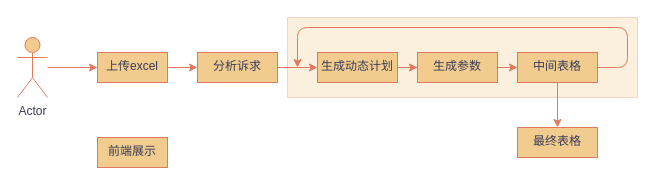
Above: 流程图.drawio in caojun1997/darwin.v (draw.io), before the change. Source tidied: cells renumbered, new cells numbered last; positions are measured from the earlier drawing's top-left corner, leaving out a move shared by most shapes. Both pictures are drawn from the tidied source at 100%, with x=0, y=0 at pixel (17, 17).
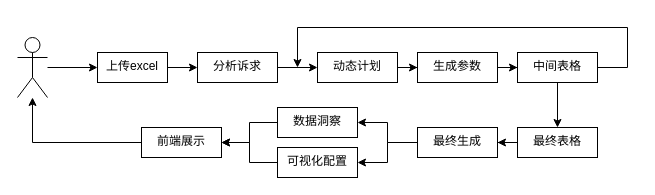
Above is the later version.

Commit message:
更新流程图.drawio

The edit, as a diff of the source:
```diff
@@
-    <mxCell id="2" style="edgeStyle=orthogonalEdgeStyle;rounded=0;jettySize=auto;html=1;labelBackgroundColor=none;fontColor=default;strokeColor=#E07A5F;" parent="1" edge="1" source="3" target="6">
+    <mxCell id="2" style="edgeStyle=orthogonalEdgeStyle;rounded=0;jettySize=auto;html=1;labelBackgroundColor=none;fontColor=default;" parent="1" edge="1" source="3" target="6">
       <mxGeometry relative="1" as="geometry" />
     </mxCell>
-    <mxCell id="3" value="Actor" style="shape=umlActor;verticalLabelPosition=bottom;verticalAlign=top;html=1;outlineConnect=0;labelBackgroundColor=none;fillColor=#F2CC8F;strokeColor=#E07A5F;fontColor=#393C56;" parent="1" vertex="1">
+    <mxCell id="3" style="shape=umlActor;verticalLabelPosition=bottom;verticalAlign=top;html=1;outlineConnect=0;labelBackgroundColor=none;" parent="1" vertex="1">
       <mxGeometry y="20" width="30" height="60" as="geometry" />
     </mxCell>
-    <mxCell id="4" style="rounded=0;whiteSpace=wrap;html=1;labelBackgroundColor=none;opacity=30;horizontal=1;fillColor=#F2CC8F;strokeColor=#E07A5F;fontColor=#393C56;" parent="1" vertex="1">
-      <mxGeometry x="270" width="350" height="80" as="geometry" />
-    </mxCell>
-    <mxCell id="5" style="edgeStyle=orthogonalEdgeStyle;rounded=0;jettySize=auto;html=1;labelBackgroundColor=none;fontColor=default;strokeColor=#E07A5F;" parent="1" edge="1" source="6" target="8">
+    <mxCell id="5" style="edgeStyle=orthogonalEdgeStyle;rounded=0;jettySize=auto;html=1;labelBackgroundColor=none;fontColor=default;" parent="1" edge="1" source="6" target="8">
       <mxGeometry relative="1" as="geometry" />
     </mxCell>
-    <mxCell id="6" value="上传excel" style="whiteSpace=wrap;html=1;verticalAlign=top;labelBackgroundColor=none;fillColor=#F2CC8F;strokeColor=#E07A5F;fontColor=#393C56;" parent="1" vertex="1">
+    <mxCell id="6" value="上传excel" style="whiteSpace=wrap;html=1;verticalAlign=top;labelBackgroundColor=none;" parent="1" vertex="1">
       <mxGeometry x="80" y="35" width="70" height="30" as="geometry" />
     </mxCell>
-    <mxCell id="7" style="edgeStyle=orthogonalEdgeStyle;rounded=0;jettySize=auto;html=1;entryX=0;entryY=0.5;entryDx=0;entryDy=0;labelBackgroundColor=none;fontColor=default;strokeColor=#E07A5F;" parent="1" edge="1" source="8" target="10">
+    <mxCell id="7" style="edgeStyle=orthogonalEdgeStyle;rounded=0;jettySize=auto;html=1;entryX=0;entryY=0.5;entryDx=0;entryDy=0;labelBackgroundColor=none;fontColor=default;" parent="1" edge="1" source="8" target="10">
       <mxGeometry relative="1" as="geometry" />
     </mxCell>
-    <mxCell id="8" value="分析诉求" style="whiteSpace=wrap;html=1;verticalAlign=top;labelBackgroundColor=none;fillColor=#F2CC8F;strokeColor=#E07A5F;fontColor=#393C56;" parent="1" vertex="1">
+    <mxCell id="8" value="分析诉求" style="whiteSpace=wrap;html=1;verticalAlign=top;labelBackgroundColor=none;" parent="1" vertex="1">
       <mxGeometry x="180" y="35" width="80" height="30" as="geometry" />
     </mxCell>
-    <mxCell id="9" style="edgeStyle=orthogonalEdgeStyle;rounded=0;jettySize=auto;html=1;entryX=0;entryY=0.5;entryDx=0;entryDy=0;labelBackgroundColor=none;fontColor=default;strokeColor=#E07A5F;" parent="1" edge="1" source="10" target="12">
+    <mxCell id="9" style="edgeStyle=orthogonalEdgeStyle;rounded=0;jettySize=auto;html=1;entryX=0;entryY=0.5;entryDx=0;entryDy=0;labelBackgroundColor=none;fontColor=default;" parent="1" edge="1" source="10" target="12">
       <mxGeometry relative="1" as="geometry" />
     </mxCell>
-    <mxCell id="10" value="生成动态计划" style="whiteSpace=wrap;html=1;verticalAlign=top;labelBackgroundColor=none;fillColor=#F2CC8F;strokeColor=#E07A5F;fontColor=#393C56;" parent="1" vertex="1">
+    <mxCell id="10" value="动态计划" style="whiteSpace=wrap;html=1;verticalAlign=top;labelBackgroundColor=none;" parent="1" vertex="1">
       <mxGeometry x="300" y="35" width="80" height="30" as="geometry" />
     </mxCell>
-    <mxCell id="11" style="edgeStyle=orthogonalEdgeStyle;rounded=0;jettySize=auto;html=1;strokeColor=#E07A5F;fontColor=#393C56;fillColor=#F2CC8F;" parent="1" edge="1" source="12" target="17">
+    <mxCell id="11" style="edgeStyle=orthogonalEdgeStyle;rounded=0;jettySize=auto;html=1;fontColor=default;labelBackgroundColor=none;" parent="1" edge="1" source="12" target="17">
       <mxGeometry relative="1" as="geometry" />
     </mxCell>
-    <mxCell id="12" value="生成参数" style="whiteSpace=wrap;html=1;verticalAlign=top;labelBackgroundColor=none;fillColor=#F2CC8F;strokeColor=#E07A5F;fontColor=#393C56;" parent="1" vertex="1">
+    <mxCell id="12" value="生成参数" style="whiteSpace=wrap;html=1;verticalAlign=top;labelBackgroundColor=none;" parent="1" vertex="1">
       <mxGeometry x="400" y="35" width="80" height="30" as="geometry" />
     </mxCell>
-    <mxCell id="13" style="curved=0;endArrow=classic;html=1;rounded=1;labelBackgroundColor=none;fontColor=default;strokeColor=#E07A5F;exitX=1;exitY=0.5;exitDx=0;exitDy=0;" parent="1" edge="1" source="17">
+    <mxCell id="13" style="curved=0;endArrow=classic;html=1;rounded=0;labelBackgroundColor=none;fontColor=default;exitX=1;exitY=0.5;exitDx=0;exitDy=0;" parent="1" edge="1" source="17">
       <mxGeometry relative="1" as="geometry">
         <mxPoint x="280" y="50" as="targetPoint" />
         <Array as="points">
           <mxPoint x="610" y="50" />
           <mxPoint x="610" y="10" />
           <mxPoint x="280" y="10" />
         </Array>
       </mxGeometry>
     </mxCell>
+    <mxCell id="18" style="edgeStyle=orthogonalEdgeStyle;rounded=0;jettySize=auto;html=1;fontColor=default;labelBackgroundColor=none;" parent="1" edge="1" source="14" target="3">
+      <mxGeometry relative="1" as="geometry" />
+    </mxCell>
-    <mxCell id="14" value="前端展示" style="whiteSpace=wrap;html=1;verticalAlign=top;labelBackgroundColor=none;fillColor=#F2CC8F;strokeColor=#E07A5F;fontColor=#393C56;" parent="1" vertex="1">
-      <mxGeometry x="80" y="120" width="70" height="30" as="geometry" />
+    <mxCell id="14" value="前端展示" style="whiteSpace=wrap;html=1;verticalAlign=top;labelBackgroundColor=none;" parent="1" vertex="1">
+      <mxGeometry x="124" y="110" width="80" height="30" as="geometry" />
     </mxCell>
+    <mxCell id="19" style="edgeStyle=orthogonalEdgeStyle;rounded=0;jettySize=auto;html=1;entryX=1;entryY=0.5;entryDx=0;entryDy=0;fontColor=default;labelBackgroundColor=none;" parent="1" edge="1" source="15" target="22">
+      <mxGeometry relative="1" as="geometry" />
+    </mxCell>
-    <mxCell id="15" value="最终表格" style="whiteSpace=wrap;html=1;verticalAlign=top;labelBackgroundColor=none;fillColor=#F2CC8F;strokeColor=#E07A5F;fontColor=#393C56;" parent="1" vertex="1">
+    <mxCell id="15" value="最终表格" style="whiteSpace=wrap;html=1;verticalAlign=top;labelBackgroundColor=none;" parent="1" vertex="1">
       <mxGeometry x="500" y="110" width="80" height="30" as="geometry" />
     </mxCell>
-    <mxCell id="16" style="edgeStyle=orthogonalEdgeStyle;rounded=0;jettySize=auto;html=1;entryX=0.5;entryY=0;entryDx=0;entryDy=0;strokeColor=#E07A5F;fontColor=#393C56;fillColor=#F2CC8F;" parent="1" edge="1" source="17" target="15">
+    <mxCell id="16" style="edgeStyle=orthogonalEdgeStyle;rounded=0;jettySize=auto;html=1;entryX=0.5;entryY=0;entryDx=0;entryDy=0;fontColor=default;labelBackgroundColor=none;" parent="1" edge="1" source="17" target="15">
       <mxGeometry relative="1" as="geometry" />
     </mxCell>
-    <mxCell id="17" value="中间表格" style="whiteSpace=wrap;html=1;verticalAlign=top;labelBackgroundColor=none;fillColor=#F2CC8F;strokeColor=#E07A5F;fontColor=#393C56;" parent="1" vertex="1">
+    <mxCell id="17" value="中间表格" style="whiteSpace=wrap;html=1;verticalAlign=top;labelBackgroundColor=none;" parent="1" vertex="1">
       <mxGeometry x="500" y="35" width="80" height="30" as="geometry" />
     </mxCell>
+    <mxCell id="20" style="edgeStyle=orthogonalEdgeStyle;rounded=0;jettySize=auto;html=1;entryX=1;entryY=0.5;entryDx=0;entryDy=0;fontColor=default;labelBackgroundColor=none;" parent="1" edge="1" source="22" target="24">
+      <mxGeometry relative="1" as="geometry" />
+    </mxCell>
+    <mxCell id="21" style="edgeStyle=orthogonalEdgeStyle;rounded=0;jettySize=auto;html=1;entryX=1;entryY=0.5;entryDx=0;entryDy=0;fontColor=default;labelBackgroundColor=none;" parent="1" edge="1" source="22" target="26">
+      <mxGeometry relative="1" as="geometry" />
+    </mxCell>
+    <mxCell id="22" value="最终生成" style="whiteSpace=wrap;html=1;verticalAlign=top;labelBackgroundColor=none;" parent="1" vertex="1">
+      <mxGeometry x="400" y="110" width="80" height="30" as="geometry" />
+    </mxCell>
+    <mxCell id="23" style="edgeStyle=orthogonalEdgeStyle;rounded=0;jettySize=auto;html=1;entryX=1;entryY=0.5;entryDx=0;entryDy=0;fontColor=default;labelBackgroundColor=none;" parent="1" edge="1" source="24" target="14">
+      <mxGeometry relative="1" as="geometry" />
+    </mxCell>
+    <mxCell id="24" value="数据洞察" style="whiteSpace=wrap;html=1;verticalAlign=top;labelBackgroundColor=none;" parent="1" vertex="1">
+      <mxGeometry x="260" y="90" width="80" height="30" as="geometry" />
+    </mxCell>
+    <mxCell id="25" style="edgeStyle=orthogonalEdgeStyle;rounded=0;jettySize=auto;html=1;entryX=1;entryY=0.5;entryDx=0;entryDy=0;fontColor=default;labelBackgroundColor=none;" parent="1" edge="1" source="26" target="14">
+      <mxGeometry relative="1" as="geometry" />
+    </mxCell>
+    <mxCell id="26" value="可视化配置" style="whiteSpace=wrap;html=1;verticalAlign=top;labelBackgroundColor=none;" parent="1" vertex="1">
+      <mxGeometry x="260" y="130" width="80" height="30" as="geometry" />
+    </mxCell>
```
